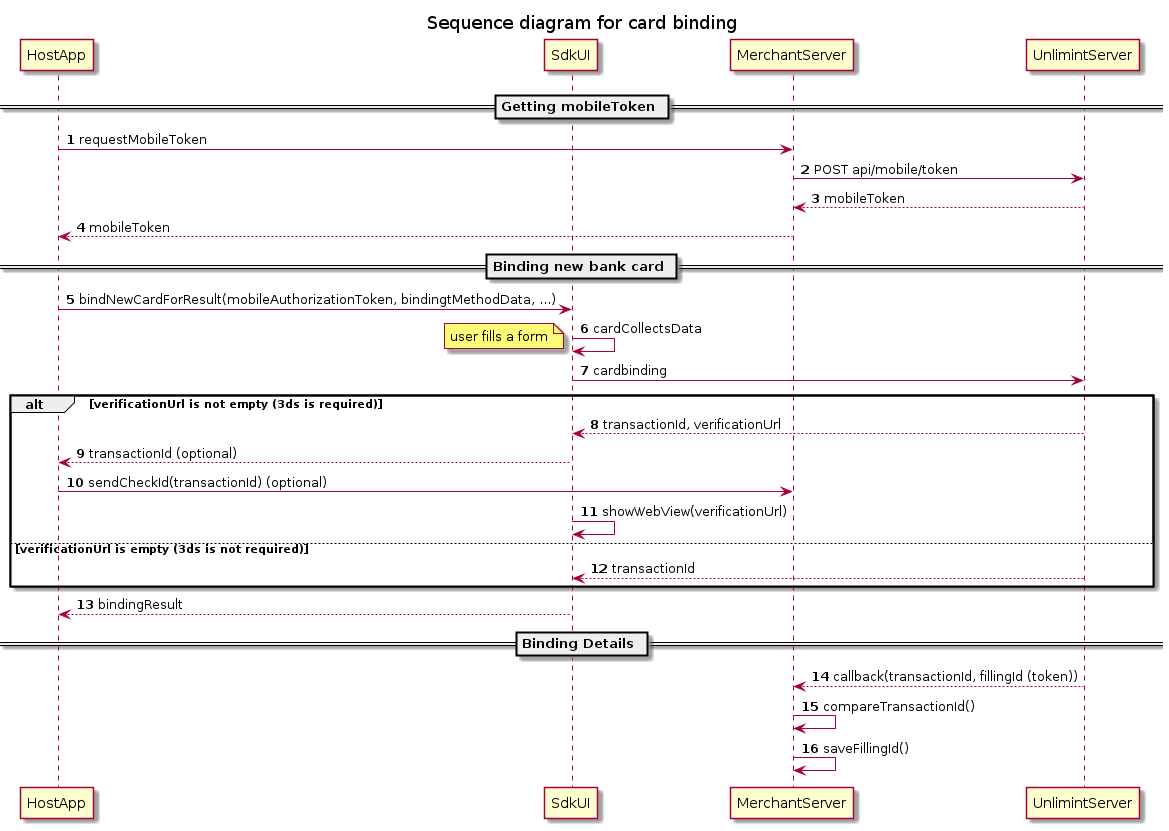
Above: guide_png/Android_UI_Interaction_Card_binding.png in Aigul-Irgalina/personal_test (PlantUML), before the change.
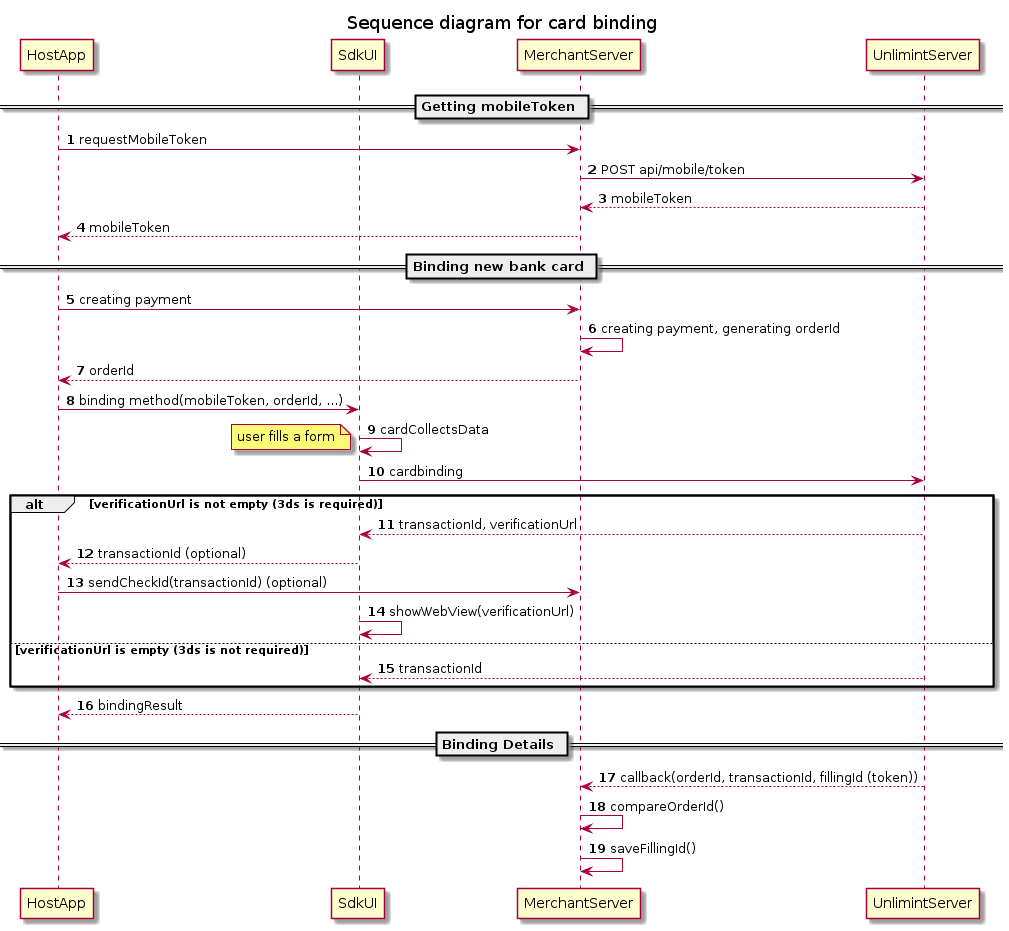
After the change.

Change to the diagram source:
```diff
@@ -11,7 +11,10 @@
 MerchantServer <-- UnlimintServer: mobileToken
 MerchantServer --> HostApp: mobileToken
 == Binding new bank card ==
-HostApp -> SdkUI: bindNewCardForResult(mobileAuthorizationToken, bindingtMethodData, ...)
+HostApp -> MerchantServer: creating payment
+MerchantServer -> MerchantServer: creating payment, generating orderId
+HostApp <-- MerchantServer: orderId
+HostApp -> SdkUI: binding method(mobileToken, orderId, ...)
 SdkUI -> SdkUI: cardCollectsData
 note left: user fills a form
 SdkUI -> UnlimintServer: cardbinding
@@ -25,7 +28,7 @@
 end
 SdkUI --> HostApp: bindingResult
 == Binding Details ==
-MerchantServer <-- UnlimintServer: callback(transactionId, fillingId (token))
-MerchantServer -> MerchantServer: compareTransactionId()
+MerchantServer <-- UnlimintServer: callback(orderId, transactionId, fillingId (token))
+MerchantServer -> MerchantServer: compareOrderId()
 MerchantServer -> MerchantServer: saveFillingId()
 @enduml
```
